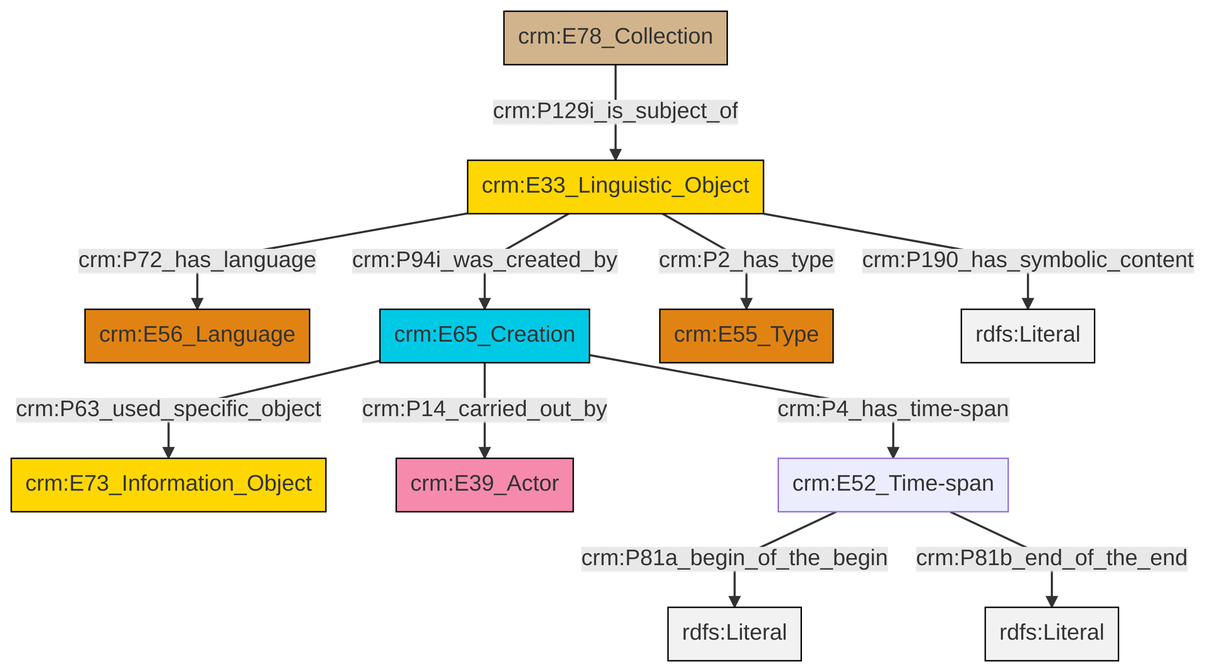
swiss-art-research-net/docs.swissartresearch keeps this Mermaid diagram as et/archivalCSV/ttl/mmd/png/archival_desc.png. Above is the earlier version. Its source is kept beside it as et/archivalCSV/ttl/mmd/archival_desc.ttl.mmd.
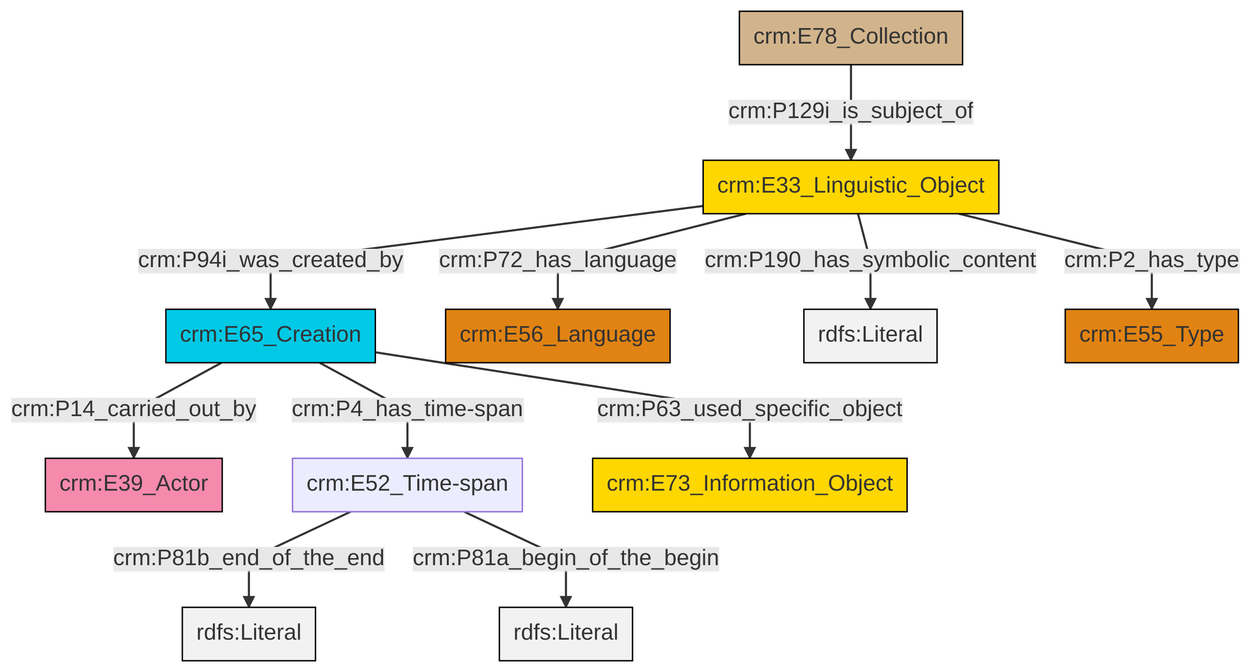
The same diagram one commit later.

What changed in the source:
```diff
@@ -13,13 +13,13 @@
 classDef PC_Classes fill:#4ce600, stroke:#000000;
 classDef Multi fill:#cccccc,stroke:#000000;
 
-4["crm:E65_Creation"]:::Temporal_Entity -->|crm:P63_used_specific_object| 2["crm:E73_Information_Object"]:::Conceptual_Object
-13["crm:E78_Collection"]:::Physical_Thing -->|crm:P129i_is_subject_of| 11["crm:E33_Linguistic_Object"]:::Conceptual_Object
-11["crm:E33_Linguistic_Object"]:::Conceptual_Object -->|crm:P2_has_type| 7["crm:E55_Type"]:::Type
-11["crm:E33_Linguistic_Object"]:::Conceptual_Object -->|crm:P94i_was_created_by| 4["crm:E65_Creation"]:::Temporal_Entity
-4["crm:E65_Creation"]:::Temporal_Entity -->|crm:P4_has_time-span| 9["crm:E52_Time-span"]:::Default
-9["crm:E52_Time-span"]:::Default -->|crm:P81a_begin_of_the_begin| 16[rdfs:Literal]:::Literal
-11["crm:E33_Linguistic_Object"]:::Conceptual_Object -->|crm:P72_has_language| 0["crm:E56_Language"]:::Type
-9["crm:E52_Time-span"]:::Default -->|crm:P81b_end_of_the_end| 17[rdfs:Literal]:::Literal
-11["crm:E33_Linguistic_Object"]:::Conceptual_Object -->|crm:P190_has_symbolic_content| 18[rdfs:Literal]:::Literal
-4["crm:E65_Creation"]:::Temporal_Entity -->|crm:P14_carried_out_by| 5["crm:E39_Actor"]:::Actor
+0["crm:E65_Creation"]:::Temporal_Entity -->|crm:P14_carried_out_by| 1["crm:E39_Actor"]:::Actor
+4["crm:E33_Linguistic_Object"]:::Conceptual_Object -->|crm:P72_has_language| 7["crm:E56_Language"]:::Type
+8["crm:E52_Time-span"]:::Default -->|crm:P81b_end_of_the_end| 9[rdfs:Literal]:::Literal
+0["crm:E65_Creation"]:::Temporal_Entity -->|crm:P63_used_specific_object| 11["crm:E73_Information_Object"]:::Conceptual_Object
+0["crm:E65_Creation"]:::Temporal_Entity -->|crm:P4_has_time-span| 8["crm:E52_Time-span"]:::Default
+2["crm:E78_Collection"]:::Physical_Thing -->|crm:P129i_is_subject_of| 4["crm:E33_Linguistic_Object"]:::Conceptual_Object
+4["crm:E33_Linguistic_Object"]:::Conceptual_Object -->|crm:P190_has_symbolic_content| 13[rdfs:Literal]:::Literal
+4["crm:E33_Linguistic_Object"]:::Conceptual_Object -->|crm:P94i_was_created_by| 0["crm:E65_Creation"]:::Temporal_Entity
+8["crm:E52_Time-span"]:::Default -->|crm:P81a_begin_of_the_begin| 18[rdfs:Literal]:::Literal
+4["crm:E33_Linguistic_Object"]:::Conceptual_Object -->|crm:P2_has_type| 16["crm:E55_Type"]:::Type
```
